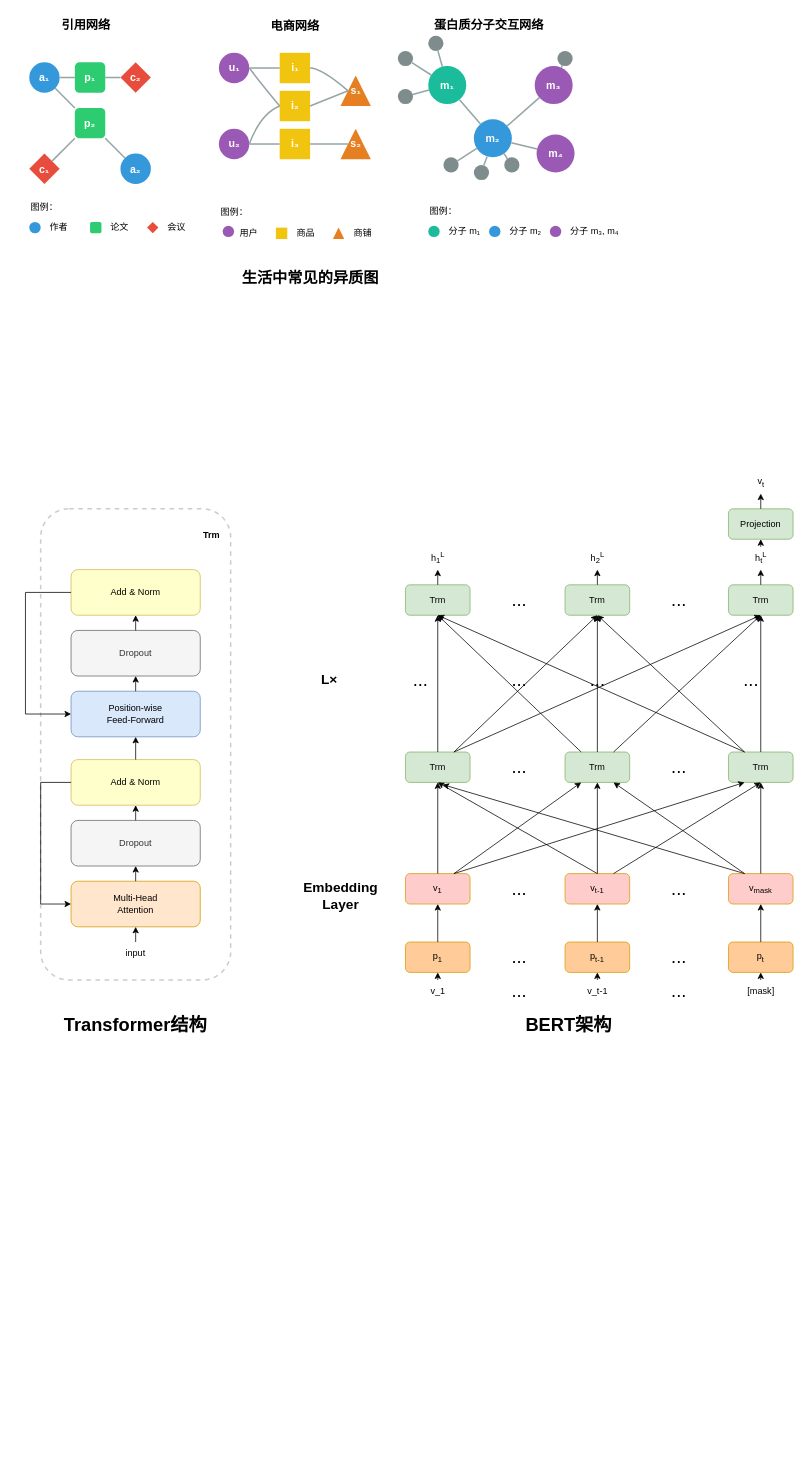
This is bishe.drawio from BAWWH/baoyan-blog, a draw.io file, before an edit. Source tidied: cells renumbered, new cells numbered last; positions are measured from the earlier drawing's top-left corner, leaving out a move shared by most shapes. Both pictures are drawn from the tidied source at 76%, with x=0, y=0 at pixel (25, 13).
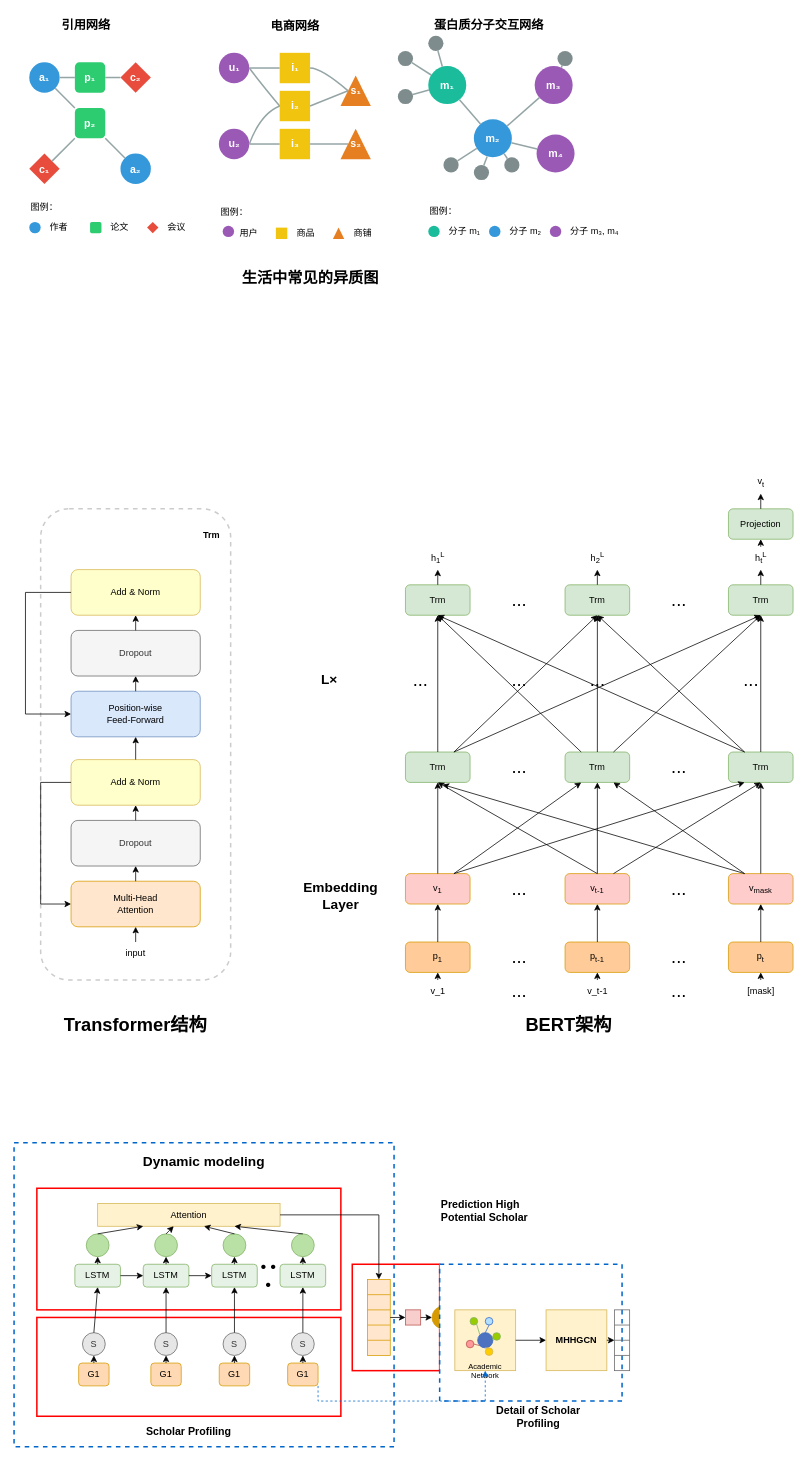
After the change.

Change to the diagram source:
```diff
@@
+    <mxCell id="157" style="rounded=0;whiteSpace=wrap;html=1;fillColor=#ffffff;strokeColor=#0066CC;dashed=1;strokeWidth=2;" parent="1" vertex="1">
+      <mxGeometry x="-15" y="1486" width="500" height="400" as="geometry" />
+    </mxCell>
+    <mxCell id="158" value="Dynamic modeling" style="text;html=1;strokeColor=none;fillColor=none;align=center;verticalAlign=middle;whiteSpace=wrap;rounded=0;fontSize=18;fontStyle=1;" parent="1" vertex="1">
+      <mxGeometry x="125" y="1496" width="220" height="30" as="geometry" />
+    </mxCell>
+    <mxCell id="159" style="rounded=0;whiteSpace=wrap;html=1;fillColor=none;strokeColor=#FF0000;strokeWidth=2;" parent="1" vertex="1">
+      <mxGeometry x="15" y="1546" width="400" height="160" as="geometry" />
+    </mxCell>
+    <mxCell id="160" value="LSTM" style="rounded=1;whiteSpace=wrap;html=1;fillColor=#E6F2E6;strokeColor=#82B366;" parent="1" vertex="1">
+      <mxGeometry x="65" y="1646" width="60" height="30" as="geometry" />
+    </mxCell>
+    <mxCell id="161" value="LSTM" style="rounded=1;whiteSpace=wrap;html=1;fillColor=#E6F2E6;strokeColor=#82B366;" parent="1" vertex="1">
+      <mxGeometry x="155" y="1646" width="60" height="30" as="geometry" />
+    </mxCell>
+    <mxCell id="162" value="LSTM" style="rounded=1;whiteSpace=wrap;html=1;fillColor=#E6F2E6;strokeColor=#82B366;" parent="1" vertex="1">
+      <mxGeometry x="245" y="1646" width="60" height="30" as="geometry" />
+    </mxCell>
+    <mxCell id="163" value="• • •" style="text;html=1;strokeColor=none;fillColor=none;align=center;verticalAlign=middle;whiteSpace=wrap;rounded=0;fontSize=20;fontStyle=1;" parent="1" vertex="1">
+      <mxGeometry x="305" y="1646" width="30" height="30" as="geometry" />
+    </mxCell>
+    <mxCell id="164" value="LSTM" style="rounded=1;whiteSpace=wrap;html=1;fillColor=#E6F2E6;strokeColor=#82B366;" parent="1" vertex="1">
+      <mxGeometry x="335" y="1646" width="60" height="30" as="geometry" />
+    </mxCell>
+    <mxCell id="165" style="ellipse;whiteSpace=wrap;html=1;fillColor=#B9E0A5;strokeColor=#82B366;" parent="1" vertex="1">
+      <mxGeometry x="80" y="1606" width="30" height="30" as="geometry" />
+    </mxCell>
+    <mxCell id="166" style="ellipse;whiteSpace=wrap;html=1;fillColor=#B9E0A5;strokeColor=#82B366;" parent="1" vertex="1">
+      <mxGeometry x="170" y="1606" width="30" height="30" as="geometry" />
+    </mxCell>
+    <mxCell id="167" style="ellipse;whiteSpace=wrap;html=1;fillColor=#B9E0A5;strokeColor=#82B366;" parent="1" vertex="1">
+      <mxGeometry x="260" y="1606" width="30" height="30" as="geometry" />
+    </mxCell>
+    <mxCell id="168" style="ellipse;whiteSpace=wrap;html=1;fillColor=#B9E0A5;strokeColor=#82B366;" parent="1" vertex="1">
+      <mxGeometry x="350" y="1606" width="30" height="30" as="geometry" />
+    </mxCell>
+    <mxCell id="169" value="Attention" style="rounded=0;whiteSpace=wrap;html=1;fillColor=#FFF2CC;strokeColor=#D6B656;" parent="1" vertex="1">
+      <mxGeometry x="95" y="1566" width="240" height="30" as="geometry" />
+    </mxCell>
+    <mxCell id="170" style="rounded=0;whiteSpace=wrap;html=1;fillColor=none;strokeColor=#FF0000;strokeWidth=2;" parent="1" vertex="1">
+      <mxGeometry x="15" y="1716" width="400" height="130" as="geometry" />
+    </mxCell>
+    <mxCell id="171" value="G1" style="rounded=1;whiteSpace=wrap;html=1;fillColor=#FFD9B3;strokeColor=#D79B00;" parent="1" vertex="1">
+      <mxGeometry x="70" y="1776" width="40" height="30" as="geometry" />
+    </mxCell>
+    <mxCell id="172" value="G1" style="rounded=1;whiteSpace=wrap;html=1;fillColor=#FFD9B3;strokeColor=#D79B00;" parent="1" vertex="1">
+      <mxGeometry x="165" y="1776" width="40" height="30" as="geometry" />
+    </mxCell>
+    <mxCell id="173" value="G1" style="rounded=1;whiteSpace=wrap;html=1;fillColor=#FFD9B3;strokeColor=#D79B00;" parent="1" vertex="1">
+      <mxGeometry x="255" y="1776" width="40" height="30" as="geometry" />
+    </mxCell>
+    <mxCell id="174" value="G1" style="rounded=1;whiteSpace=wrap;html=1;fillColor=#FFD9B3;strokeColor=#D79B00;" parent="1" vertex="1">
+      <mxGeometry x="345" y="1776" width="40" height="30" as="geometry" />
+    </mxCell>
+    <mxCell id="175" value="S" style="ellipse;whiteSpace=wrap;html=1;fillColor=#E6E6E6;strokeColor=#666666;fontColor=#333333;" parent="1" vertex="1">
+      <mxGeometry x="75" y="1736" width="30" height="30" as="geometry" />
+    </mxCell>
+    <mxCell id="176" value="S" style="ellipse;whiteSpace=wrap;html=1;fillColor=#E6E6E6;strokeColor=#666666;fontColor=#333333;" parent="1" vertex="1">
+      <mxGeometry x="170" y="1736" width="30" height="30" as="geometry" />
+    </mxCell>
+    <mxCell id="177" value="S" style="ellipse;whiteSpace=wrap;html=1;fillColor=#E6E6E6;strokeColor=#666666;fontColor=#333333;" parent="1" vertex="1">
+      <mxGeometry x="260" y="1736" width="30" height="30" as="geometry" />
+    </mxCell>
+    <mxCell id="178" value="S" style="ellipse;whiteSpace=wrap;html=1;fillColor=#E6E6E6;strokeColor=#666666;fontColor=#333333;" parent="1" vertex="1">
+      <mxGeometry x="350" y="1736" width="30" height="30" as="geometry" />
+    </mxCell>
+    <mxCell id="179" style="rounded=0;whiteSpace=wrap;html=1;fillColor=none;strokeColor=#FF0000;strokeWidth=2;" parent="1" vertex="1">
+      <mxGeometry x="430" y="1646" width="115" height="140" as="geometry" />
+    </mxCell>
+    <mxCell id="180" style="rounded=0;whiteSpace=wrap;html=1;fillColor=#FFE6CC;strokeColor=#D79B00;" parent="1" vertex="1">
+      <mxGeometry x="450" y="1666" width="30" height="100" as="geometry" />
+    </mxCell>
+    <mxCell id="181" style="endArrow=none;html=1;rounded=0;strokeColor=#D79B00;" parent="1" edge="1">
+      <mxGeometry relative="1" as="geometry">
+        <mxPoint x="450" y="1686" as="sourcePoint" />
+        <mxPoint x="480" y="1686" as="targetPoint" />
+      </mxGeometry>
+    </mxCell>
+    <mxCell id="182" style="endArrow=none;html=1;rounded=0;strokeColor=#D79B00;" parent="1" edge="1">
+      <mxGeometry relative="1" as="geometry">
+        <mxPoint x="450" y="1706" as="sourcePoint" />
+        <mxPoint x="480" y="1706" as="targetPoint" />
+      </mxGeometry>
+    </mxCell>
+    <mxCell id="183" style="endArrow=none;html=1;rounded=0;strokeColor=#D79B00;" parent="1" edge="1">
+      <mxGeometry relative="1" as="geometry">
+        <mxPoint x="450" y="1726" as="sourcePoint" />
+        <mxPoint x="480" y="1726" as="targetPoint" />
+      </mxGeometry>
+    </mxCell>
+    <mxCell id="184" style="endArrow=none;html=1;rounded=0;strokeColor=#D79B00;" parent="1" edge="1">
+      <mxGeometry relative="1" as="geometry">
+        <mxPoint x="450" y="1746" as="sourcePoint" />
+        <mxPoint x="480" y="1746" as="targetPoint" />
+      </mxGeometry>
+    </mxCell>
+    <mxCell id="185" style="rounded=0;whiteSpace=wrap;html=1;fillColor=#F8CECC;strokeColor=#B85450;" parent="1" vertex="1">
+      <mxGeometry x="500" y="1706" width="20" height="20" as="geometry" />
+    </mxCell>
+    <mxCell id="186" style="ellipse;whiteSpace=wrap;html=1;fillColor=#D79B00;strokeColor=#D79B00;" parent="1" vertex="1">
+      <mxGeometry x="535" y="1701" width="30" height="30" as="geometry" />
+    </mxCell>
+    <mxCell id="187" value="Prediction High&#10;Potential Scholar" style="text;html=1;strokeColor=none;fillColor=none;align=left;verticalAlign=middle;whiteSpace=wrap;rounded=0;fontSize=14;fontStyle=1;" parent="1" vertex="1">
+      <mxGeometry x="545" y="1556" width="160" height="40" as="geometry" />
+    </mxCell>
+    <mxCell id="188" value="Scholar Profiling" style="text;html=1;strokeColor=none;fillColor=none;align=center;verticalAlign=middle;whiteSpace=wrap;rounded=0;fontSize=14;fontStyle=1;" parent="1" vertex="1">
+      <mxGeometry x="135" y="1856" width="160" height="20" as="geometry" />
+    </mxCell>
+    <mxCell id="189" style="rounded=0;whiteSpace=wrap;html=1;fillColor=#ffffff;strokeColor=#0066CC;dashed=1;strokeWidth=2;" parent="1" vertex="1">
+      <mxGeometry x="545" y="1646" width="240" height="180" as="geometry" />
+    </mxCell>
+    <mxCell id="190" style="rounded=0;whiteSpace=wrap;html=1;fillColor=#FFF2CC;strokeColor=#D6B656;" parent="1" vertex="1">
+      <mxGeometry x="565" y="1706" width="80" height="80" as="geometry" />
+    </mxCell>
+    <mxCell id="191" style="rounded=0;whiteSpace=wrap;html=1;fillColor=#FFF2CC;strokeColor=#D6B656;" parent="1" vertex="1">
+      <mxGeometry x="685" y="1706" width="80" height="80" as="geometry" />
+    </mxCell>
+    <mxCell id="192" style="ellipse;whiteSpace=wrap;html=1;fillColor=#4D72C0;strokeColor=#3366CC;" parent="1" vertex="1">
+      <mxGeometry x="595" y="1736" width="20" height="20" as="geometry" />
+    </mxCell>
+    <mxCell id="193" style="ellipse;whiteSpace=wrap;html=1;fillColor=#B3E0FF;strokeColor=#3366CC;" parent="1" vertex="1">
+      <mxGeometry x="605" y="1716" width="10" height="10" as="geometry" />
+    </mxCell>
+    <mxCell id="194" style="ellipse;whiteSpace=wrap;html=1;fillColor=#99CC00;strokeColor=#82B366;" parent="1" vertex="1">
+      <mxGeometry x="615" y="1736" width="10" height="10" as="geometry" />
+    </mxCell>
+    <mxCell id="195" style="ellipse;whiteSpace=wrap;html=1;fillColor=#99CC00;strokeColor=#82B366;" parent="1" vertex="1">
+      <mxGeometry x="585" y="1716" width="10" height="10" as="geometry" />
+    </mxCell>
+    <mxCell id="196" style="ellipse;whiteSpace=wrap;html=1;fillColor=#FF9999;strokeColor=#B85450;" parent="1" vertex="1">
+      <mxGeometry x="580" y="1746" width="10" height="10" as="geometry" />
+    </mxCell>
+    <mxCell id="197" style="ellipse;whiteSpace=wrap;html=1;fillColor=#FFCC00;strokeColor=#D6B656;" parent="1" vertex="1">
+      <mxGeometry x="605" y="1756" width="10" height="10" as="geometry" />
+    </mxCell>
+    <mxCell id="198" style="endArrow=none;html=1;rounded=0;strokeColor=#3366CC;entryX=0.5;entryY=1;entryDx=0;entryDy=0;exitX=0.5;exitY=0;exitDx=0;exitDy=0;" parent="1" edge="1" source="192" target="193">
+      <mxGeometry relative="1" as="geometry" />
+    </mxCell>
+    <mxCell id="199" style="endArrow=none;html=1;rounded=0;strokeColor=#82B366;entryX=0;entryY=0.5;entryDx=0;entryDy=0;exitX=1;exitY=0.5;exitDx=0;exitDy=0;" parent="1" edge="1" source="192" target="194">
+      <mxGeometry relative="1" as="geometry" />
+    </mxCell>
+    <mxCell id="200" style="endArrow=none;html=1;rounded=0;strokeColor=#82B366;entryX=1;entryY=1;entryDx=0;entryDy=0;exitX=0;exitY=0;exitDx=0;exitDy=0;" parent="1" edge="1" source="192" target="195">
+      <mxGeometry relative="1" as="geometry" />
+    </mxCell>
+    <mxCell id="201" style="endArrow=none;html=1;rounded=0;strokeColor=#B85450;entryX=1;entryY=0.5;entryDx=0;entryDy=0;exitX=0;exitY=1;exitDx=0;exitDy=0;" parent="1" edge="1" source="192" target="196">
+      <mxGeometry relative="1" as="geometry" />
+    </mxCell>
+    <mxCell id="202" style="endArrow=none;html=1;rounded=0;strokeColor=#D6B656;entryX=0.5;entryY=0;entryDx=0;entryDy=0;exitX=0.5;exitY=1;exitDx=0;exitDy=0;" parent="1" edge="1" source="192" target="197">
+      <mxGeometry relative="1" as="geometry" />
+    </mxCell>
+    <mxCell id="203" value="MHHGCN" style="text;html=1;strokeColor=none;fillColor=none;align=center;verticalAlign=middle;whiteSpace=wrap;rounded=0;fontSize=12;fontStyle=1;" parent="1" vertex="1">
+      <mxGeometry x="695" y="1736" width="60" height="20" as="geometry" />
+    </mxCell>
+    <mxCell id="204" value="Academic Network" style="text;html=1;strokeColor=none;fillColor=none;align=center;verticalAlign=middle;whiteSpace=wrap;rounded=0;fontSize=10;" parent="1" vertex="1">
+      <mxGeometry x="565" y="1776" width="80" height="20" as="geometry" />
+    </mxCell>
+    <mxCell id="205" value="Detail of Scholar Profiling" style="text;html=1;strokeColor=none;fillColor=none;align=center;verticalAlign=middle;whiteSpace=wrap;rounded=0;fontSize=14;fontStyle=1;" parent="1" vertex="1">
+      <mxGeometry x="595" y="1836" width="160" height="20" as="geometry" />
+    </mxCell>
+    <mxCell id="206" style="rounded=0;whiteSpace=wrap;html=1;fillColor=none;strokeColor=#666666;" parent="1" vertex="1">
+      <mxGeometry x="775" y="1706" width="20" height="80" as="geometry" />
+    </mxCell>
+    <mxCell id="207" style="endArrow=none;html=1;rounded=0;strokeColor=#666666;" parent="1" edge="1">
+      <mxGeometry relative="1" as="geometry">
+        <mxPoint x="775" y="1726" as="sourcePoint" />
+        <mxPoint x="795" y="1726" as="targetPoint" />
+      </mxGeometry>
+    </mxCell>
+    <mxCell id="208" style="endArrow=none;html=1;rounded=0;strokeColor=#666666;" parent="1" edge="1">
+      <mxGeometry relative="1" as="geometry">
+        <mxPoint x="775" y="1746" as="sourcePoint" />
+        <mxPoint x="795" y="1746" as="targetPoint" />
+      </mxGeometry>
+    </mxCell>
+    <mxCell id="209" style="endArrow=none;html=1;rounded=0;strokeColor=#666666;" parent="1" edge="1">
+      <mxGeometry relative="1" as="geometry">
+        <mxPoint x="775" y="1766" as="sourcePoint" />
+        <mxPoint x="795" y="1766" as="targetPoint" />
+      </mxGeometry>
+    </mxCell>
+    <mxCell id="210" style="endArrow=classic;html=1;rounded=0;exitX=0.5;exitY=0;exitDx=0;exitDy=0;entryX=0.5;entryY=1;entryDx=0;entryDy=0;" parent="1" edge="1" source="160" target="165">
+      <mxGeometry relative="1" as="geometry" />
+    </mxCell>
+    <mxCell id="211" style="endArrow=classic;html=1;rounded=0;exitX=0.5;exitY=0;exitDx=0;exitDy=0;entryX=0.5;entryY=1;entryDx=0;entryDy=0;" parent="1" edge="1" source="161" target="166">
+      <mxGeometry relative="1" as="geometry" />
+    </mxCell>
+    <mxCell id="212" style="endArrow=classic;html=1;rounded=0;exitX=0.5;exitY=0;exitDx=0;exitDy=0;entryX=0.5;entryY=1;entryDx=0;entryDy=0;" parent="1" edge="1" source="162" target="167">
+      <mxGeometry relative="1" as="geometry" />
+    </mxCell>
+    <mxCell id="213" style="endArrow=classic;html=1;rounded=0;exitX=0.5;exitY=0;exitDx=0;exitDy=0;entryX=0.5;entryY=1;entryDx=0;entryDy=0;" parent="1" edge="1" source="164" target="168">
+      <mxGeometry relative="1" as="geometry" />
+    </mxCell>
+    <mxCell id="214" style="endArrow=classic;html=1;rounded=0;exitX=0.5;exitY=0;exitDx=0;exitDy=0;entryX=0.25;entryY=1;entryDx=0;entryDy=0;" parent="1" edge="1" source="165" target="169">
+      <mxGeometry relative="1" as="geometry" />
+    </mxCell>
+    <mxCell id="215" style="endArrow=classic;html=1;rounded=0;exitX=0.5;exitY=0;exitDx=0;exitDy=0;entryX=0.417;entryY=1;entryDx=0;entryDy=0;entryPerimeter=0;" parent="1" edge="1" source="166" target="169">
+      <mxGeometry relative="1" as="geometry" />
+    </mxCell>
+    <mxCell id="216" style="endArrow=classic;html=1;rounded=0;exitX=0.5;exitY=0;exitDx=0;exitDy=0;entryX=0.583;entryY=1;entryDx=0;entryDy=0;entryPerimeter=0;" parent="1" edge="1" source="167" target="169">
+      <mxGeometry relative="1" as="geometry" />
+    </mxCell>
+    <mxCell id="217" style="endArrow=classic;html=1;rounded=0;exitX=0.5;exitY=0;exitDx=0;exitDy=0;entryX=0.75;entryY=1;entryDx=0;entryDy=0;" parent="1" edge="1" source="168" target="169">
+      <mxGeometry relative="1" as="geometry" />
+    </mxCell>
+    <mxCell id="218" style="endArrow=classic;html=1;rounded=0;exitX=0.5;exitY=0;exitDx=0;exitDy=0;entryX=0.5;entryY=1;entryDx=0;entryDy=0;" parent="1" edge="1" source="171" target="175">
+      <mxGeometry relative="1" as="geometry" />
+    </mxCell>
+    <mxCell id="219" style="endArrow=classic;html=1;rounded=0;exitX=0.5;exitY=0;exitDx=0;exitDy=0;entryX=0.5;entryY=1;entryDx=0;entryDy=0;" parent="1" edge="1" source="172" target="176">
+      <mxGeometry relative="1" as="geometry" />
+    </mxCell>
+    <mxCell id="220" style="endArrow=classic;html=1;rounded=0;exitX=0.5;exitY=0;exitDx=0;exitDy=0;entryX=0.5;entryY=1;entryDx=0;entryDy=0;" parent="1" edge="1" source="173" target="177">
+      <mxGeometry relative="1" as="geometry" />
+    </mxCell>
+    <mxCell id="221" style="endArrow=classic;html=1;rounded=0;exitX=0.5;exitY=0;exitDx=0;exitDy=0;entryX=0.5;entryY=1;entryDx=0;entryDy=0;" parent="1" edge="1" source="174" target="178">
+      <mxGeometry relative="1" as="geometry" />
+    </mxCell>
+    <mxCell id="222" style="endArrow=classic;html=1;rounded=0;exitX=0.5;exitY=0;exitDx=0;exitDy=0;entryX=0.5;entryY=1;entryDx=0;entryDy=0;" parent="1" edge="1" source="175" target="160">
+      <mxGeometry relative="1" as="geometry" />
+    </mxCell>
+    <mxCell id="223" style="endArrow=classic;html=1;rounded=0;exitX=0.5;exitY=0;exitDx=0;exitDy=0;entryX=0.5;entryY=1;entryDx=0;entryDy=0;" parent="1" edge="1" source="176" target="161">
+      <mxGeometry relative="1" as="geometry" />
+    </mxCell>
+    <mxCell id="224" style="endArrow=classic;html=1;rounded=0;exitX=0.5;exitY=0;exitDx=0;exitDy=0;entryX=0.5;entryY=1;entryDx=0;entryDy=0;" parent="1" edge="1" source="177" target="162">
+      <mxGeometry relative="1" as="geometry" />
+    </mxCell>
+    <mxCell id="225" style="endArrow=classic;html=1;rounded=0;exitX=0.5;exitY=0;exitDx=0;exitDy=0;entryX=0.5;entryY=1;entryDx=0;entryDy=0;" parent="1" edge="1" source="178" target="164">
+      <mxGeometry relative="1" as="geometry" />
+    </mxCell>
+    <mxCell id="226" style="endArrow=classic;html=1;rounded=0;exitX=1;exitY=0.5;exitDx=0;exitDy=0;entryX=0;entryY=0.5;entryDx=0;entryDy=0;" parent="1" edge="1" source="160" target="161">
+      <mxGeometry relative="1" as="geometry" />
+    </mxCell>
+    <mxCell id="227" style="endArrow=classic;html=1;rounded=0;exitX=1;exitY=0.5;exitDx=0;exitDy=0;entryX=0;entryY=0.5;entryDx=0;entryDy=0;" parent="1" edge="1" source="161" target="162">
+      <mxGeometry relative="1" as="geometry" />
+    </mxCell>
+    <mxCell id="228" style="endArrow=classic;html=1;rounded=0;exitX=1;exitY=0.5;exitDx=0;exitDy=0;entryX=0.5;entryY=0;entryDx=0;entryDy=0;" parent="1" edge="1" source="169" target="180">
+      <mxGeometry relative="1" as="geometry">
+        <Array as="points">
+          <mxPoint x="465" y="1581" />
+        </Array>
+      </mxGeometry>
+    </mxCell>
+    <mxCell id="229" style="endArrow=classic;html=1;rounded=0;exitX=1;exitY=0.5;exitDx=0;exitDy=0;entryX=0;entryY=0.5;entryDx=0;entryDy=0;" parent="1" edge="1" source="180" target="185">
+      <mxGeometry relative="1" as="geometry" />
+    </mxCell>
+    <mxCell id="230" style="endArrow=classic;html=1;rounded=0;exitX=1;exitY=0.5;exitDx=0;exitDy=0;entryX=0;entryY=0.5;entryDx=0;entryDy=0;" parent="1" edge="1" source="185" target="186">
+      <mxGeometry relative="1" as="geometry" />
+    </mxCell>
+    <mxCell id="231" style="endArrow=classic;html=1;rounded=0;exitX=1;exitY=0.5;exitDx=0;exitDy=0;entryX=0;entryY=0.5;entryDx=0;entryDy=0;" parent="1" edge="1" source="190" target="191">
+      <mxGeometry relative="1" as="geometry" />
+    </mxCell>
+    <mxCell id="232" style="endArrow=classic;html=1;rounded=0;exitX=1;exitY=0.5;exitDx=0;exitDy=0;entryX=0;entryY=0.5;entryDx=0;entryDy=0;" parent="1" edge="1" source="191" target="206">
+      <mxGeometry relative="1" as="geometry" />
+    </mxCell>
+    <mxCell id="233" style="endArrow=classic;html=1;rounded=0;exitX=1;exitY=1;exitDx=0;exitDy=0;entryX=0.5;entryY=1;entryDx=0;entryDy=0;dashed=1;strokeColor=#0066CC;" parent="1" edge="1" source="174" target="190">
+      <mxGeometry relative="1" as="geometry">
+        <Array as="points">
+          <mxPoint x="385" y="1826" />
+          <mxPoint x="605" y="1826" />
+        </Array>
+      </mxGeometry>
+    </mxCell>
```
